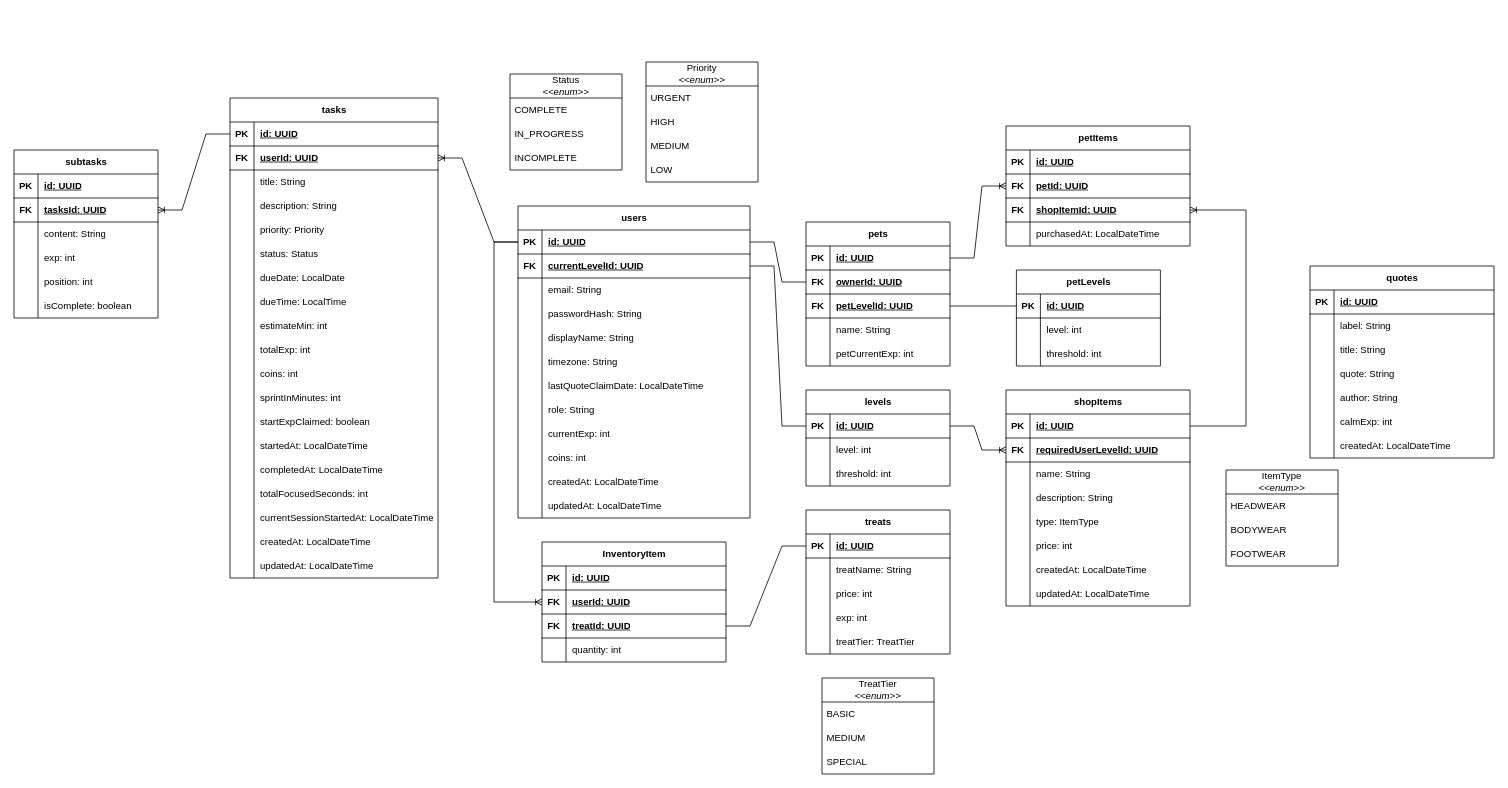
Before: CapyDo Entity Design.drawio in khoatrbl/productivity-app-backend, a draw.io diagram. Source tidied: cells renumbered, new cells numbered last; positions are measured from the earlier drawing's top-left corner, leaving out a move shared by most shapes. Both pictures are drawn from the tidied source at 80%, with x=0, y=0 at pixel (14, 62).
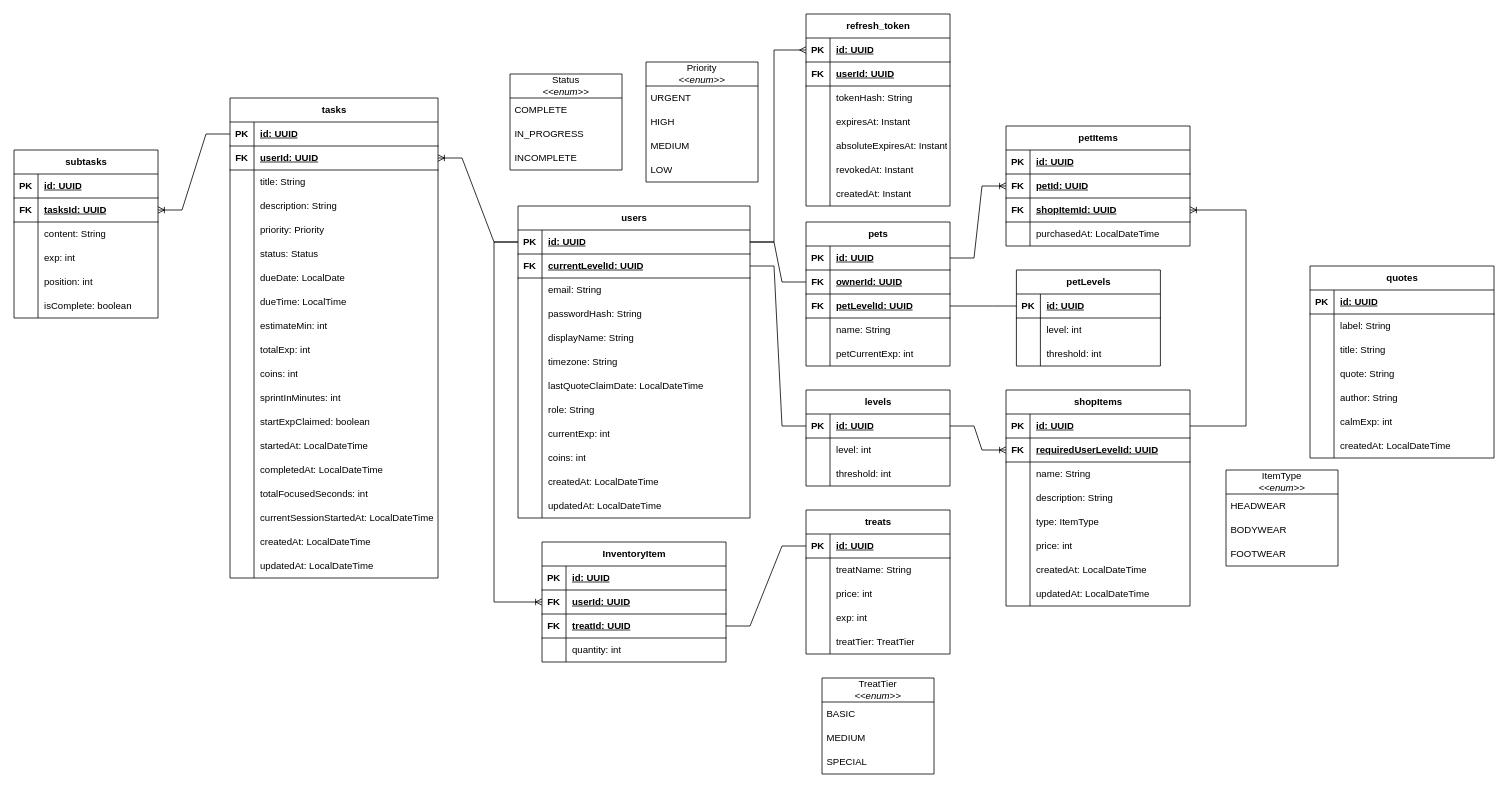
Above is the later version.

Unchanged cells that the change refers to:
```xml
<mxCell id="3" style="shape=tableRow;horizontal=0;startSize=0;swimlaneHead=0;swimlaneBody=0;fillColor=none;points=[[0,0.5],[1,0.5]];portConstraint=eastwest;top=0;left=0;right=0;bottom=1;" parent="2" vertex="1">
  <mxGeometry y="30" width="290" height="30" as="geometry" />
</mxCell>
```

The edit, as a diff of the source:
```diff
@@
+    <mxCell id="268" value="refresh_token" style="shape=table;startSize=30;childLayout=tableLayout;rowLines=0;fontStyle=1;align=center;html=1;" parent="1" vertex="1">
+      <mxGeometry x="990" y="-60" width="180" height="240" as="geometry" />
+    </mxCell>
+    <mxCell id="269" style="shape=tableRow;horizontal=0;startSize=0;swimlaneHead=0;swimlaneBody=0;fillColor=none;points=[[0,0.5],[1,0.5]];portConstraint=eastwest;top=0;left=0;right=0;bottom=1;" parent="268" vertex="1">
+      <mxGeometry y="30" width="180" height="30" as="geometry" />
+    </mxCell>
+    <mxCell id="270" value="PK" style="shape=partialRectangle;fillColor=none;top=0;left=0;bottom=0;right=0;fontStyle=1;overflow=hidden;whiteSpace=wrap;html=1;" parent="269" vertex="1">
+      <mxGeometry width="30" height="30" as="geometry" />
+    </mxCell>
+    <mxCell id="271" value="id: UUID" style="shape=partialRectangle;fillColor=none;top=0;left=0;bottom=0;right=0;align=left;spacingLeft=6;fontStyle=5;overflow=hidden;whiteSpace=wrap;html=1;" parent="269" vertex="1">
+      <mxGeometry x="30" width="150" height="30" as="geometry" />
+    </mxCell>
+    <mxCell id="272" style="shape=tableRow;horizontal=0;startSize=0;swimlaneHead=0;swimlaneBody=0;fillColor=none;top=0;left=0;right=0;bottom=1;" parent="268" vertex="1">
+      <mxGeometry y="60" width="180" height="30" as="geometry" />
+    </mxCell>
+    <mxCell id="273" value="FK" style="shape=partialRectangle;fillColor=none;top=0;left=0;bottom=0;right=0;fontStyle=1;overflow=hidden;whiteSpace=wrap;html=1;" parent="272" vertex="1">
+      <mxGeometry width="30" height="30" as="geometry" />
+    </mxCell>
+    <mxCell id="274" value="userId: UUID" style="shape=partialRectangle;fillColor=none;top=0;left=0;bottom=0;right=0;align=left;spacingLeft=6;fontStyle=5;overflow=hidden;whiteSpace=wrap;html=1;" parent="272" vertex="1">
+      <mxGeometry x="30" width="150" height="30" as="geometry" />
+    </mxCell>
+    <mxCell id="275" style="shape=tableRow;horizontal=0;startSize=0;swimlaneHead=0;swimlaneBody=0;fillColor=none;top=0;left=0;right=0;bottom=0;" parent="268" vertex="1">
+      <mxGeometry y="90" width="180" height="30" as="geometry" />
+    </mxCell>
+    <mxCell id="276" style="shape=partialRectangle;fillColor=none;top=0;left=0;bottom=0;right=0;overflow=hidden;whiteSpace=wrap;html=1;" parent="275" vertex="1">
+      <mxGeometry width="30" height="30" as="geometry" />
+    </mxCell>
+    <mxCell id="277" value="tokenHash: String" style="shape=partialRectangle;fillColor=none;top=0;left=0;bottom=0;right=0;align=left;spacingLeft=6;overflow=hidden;whiteSpace=wrap;html=1;" parent="275" vertex="1">
+      <mxGeometry x="30" width="150" height="30" as="geometry" />
+    </mxCell>
+    <mxCell id="278" style="shape=tableRow;horizontal=0;startSize=0;swimlaneHead=0;swimlaneBody=0;fillColor=none;top=0;left=0;right=0;bottom=0;" parent="268" vertex="1">
+      <mxGeometry y="120" width="180" height="30" as="geometry" />
+    </mxCell>
+    <mxCell id="279" style="shape=partialRectangle;fillColor=none;top=0;left=0;bottom=0;right=0;overflow=hidden;whiteSpace=wrap;html=1;" parent="278" vertex="1">
+      <mxGeometry width="30" height="30" as="geometry" />
+    </mxCell>
+    <mxCell id="280" value="expiresAt: Instant" style="shape=partialRectangle;fillColor=none;top=0;left=0;bottom=0;right=0;align=left;spacingLeft=6;overflow=hidden;whiteSpace=wrap;html=1;" parent="278" vertex="1">
+      <mxGeometry x="30" width="150" height="30" as="geometry" />
+    </mxCell>
+    <mxCell id="281" style="shape=tableRow;horizontal=0;startSize=0;swimlaneHead=0;swimlaneBody=0;fillColor=none;top=0;left=0;right=0;bottom=0;" parent="268" vertex="1">
+      <mxGeometry y="150" width="180" height="30" as="geometry" />
+    </mxCell>
+    <mxCell id="282" style="shape=partialRectangle;fillColor=none;top=0;left=0;bottom=0;right=0;overflow=hidden;whiteSpace=wrap;html=1;" parent="281" vertex="1">
+      <mxGeometry width="30" height="30" as="geometry" />
+    </mxCell>
+    <mxCell id="283" value="absoluteExpiresAt: Instant" style="shape=partialRectangle;fillColor=none;top=0;left=0;bottom=0;right=0;align=left;spacingLeft=6;overflow=hidden;whiteSpace=wrap;html=1;" parent="281" vertex="1">
+      <mxGeometry x="30" width="150" height="30" as="geometry" />
+    </mxCell>
+    <mxCell id="284" style="shape=tableRow;horizontal=0;startSize=0;swimlaneHead=0;swimlaneBody=0;fillColor=none;top=0;left=0;right=0;bottom=0;" parent="268" vertex="1">
+      <mxGeometry y="180" width="180" height="30" as="geometry" />
+    </mxCell>
+    <mxCell id="285" style="shape=partialRectangle;fillColor=none;top=0;left=0;bottom=0;right=0;overflow=hidden;whiteSpace=wrap;html=1;" parent="284" vertex="1">
+      <mxGeometry width="30" height="30" as="geometry" />
+    </mxCell>
+    <mxCell id="286" value="revokedAt: Instant" style="shape=partialRectangle;fillColor=none;top=0;left=0;bottom=0;right=0;align=left;spacingLeft=6;overflow=hidden;whiteSpace=wrap;html=1;" parent="284" vertex="1">
+      <mxGeometry x="30" width="150" height="30" as="geometry" />
+    </mxCell>
+    <mxCell id="287" style="shape=tableRow;horizontal=0;startSize=0;swimlaneHead=0;swimlaneBody=0;fillColor=none;top=0;left=0;right=0;bottom=0;" parent="268" vertex="1">
+      <mxGeometry y="210" width="180" height="30" as="geometry" />
+    </mxCell>
+    <mxCell id="288" style="shape=partialRectangle;fillColor=none;top=0;left=0;bottom=0;right=0;overflow=hidden;whiteSpace=wrap;html=1;" parent="287" vertex="1">
+      <mxGeometry width="30" height="30" as="geometry" />
+    </mxCell>
+    <mxCell id="289" value="createdAt: Instant" style="shape=partialRectangle;fillColor=none;top=0;left=0;bottom=0;right=0;align=left;spacingLeft=6;overflow=hidden;whiteSpace=wrap;html=1;" parent="287" vertex="1">
+      <mxGeometry x="30" width="150" height="30" as="geometry" />
+    </mxCell>
+    <mxCell id="290" style="edgeStyle=orthogonalEdgeStyle;rounded=0;jettySize=auto;html=1;exitX=0;exitY=0.5;exitDx=0;exitDy=0;entryX=1;entryY=0.5;entryDx=0;entryDy=0;endArrow=none;endFill=0;startArrow=ERmany;startFill=0;" parent="1" edge="1" source="269" target="3">
+      <mxGeometry relative="1" as="geometry">
+        <Array as="points">
+          <mxPoint x="950" y="-15" />
+          <mxPoint x="950" y="225" />
+        </Array>
+      </mxGeometry>
+    </mxCell>
```
